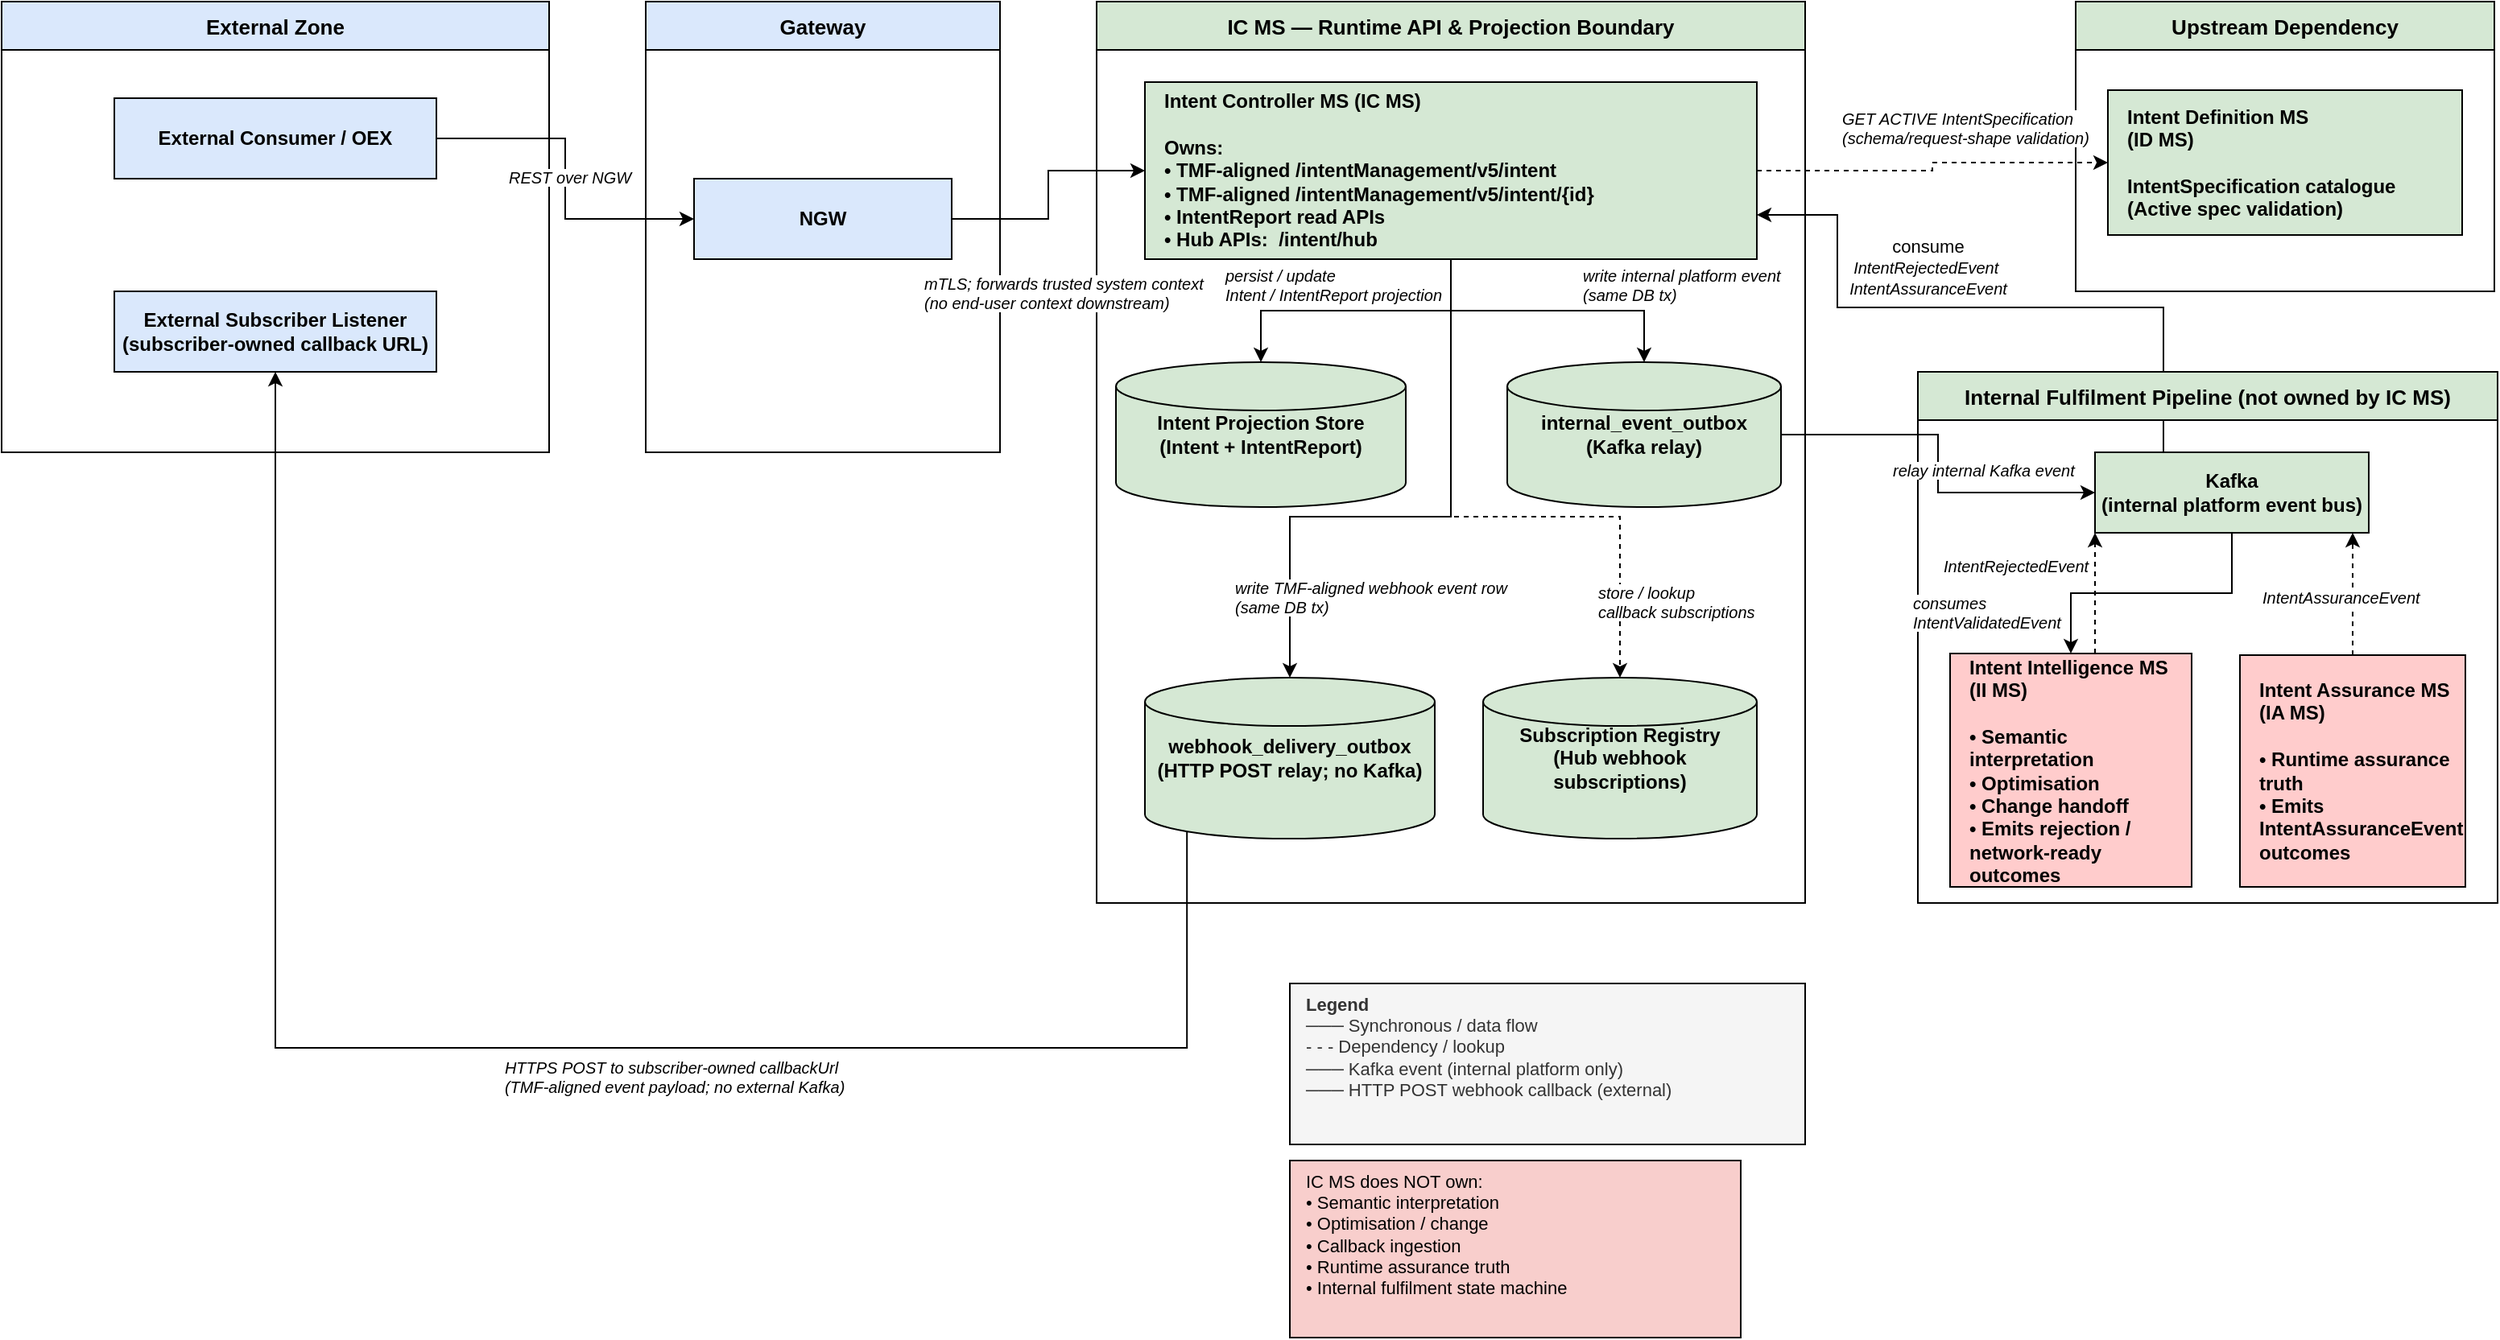
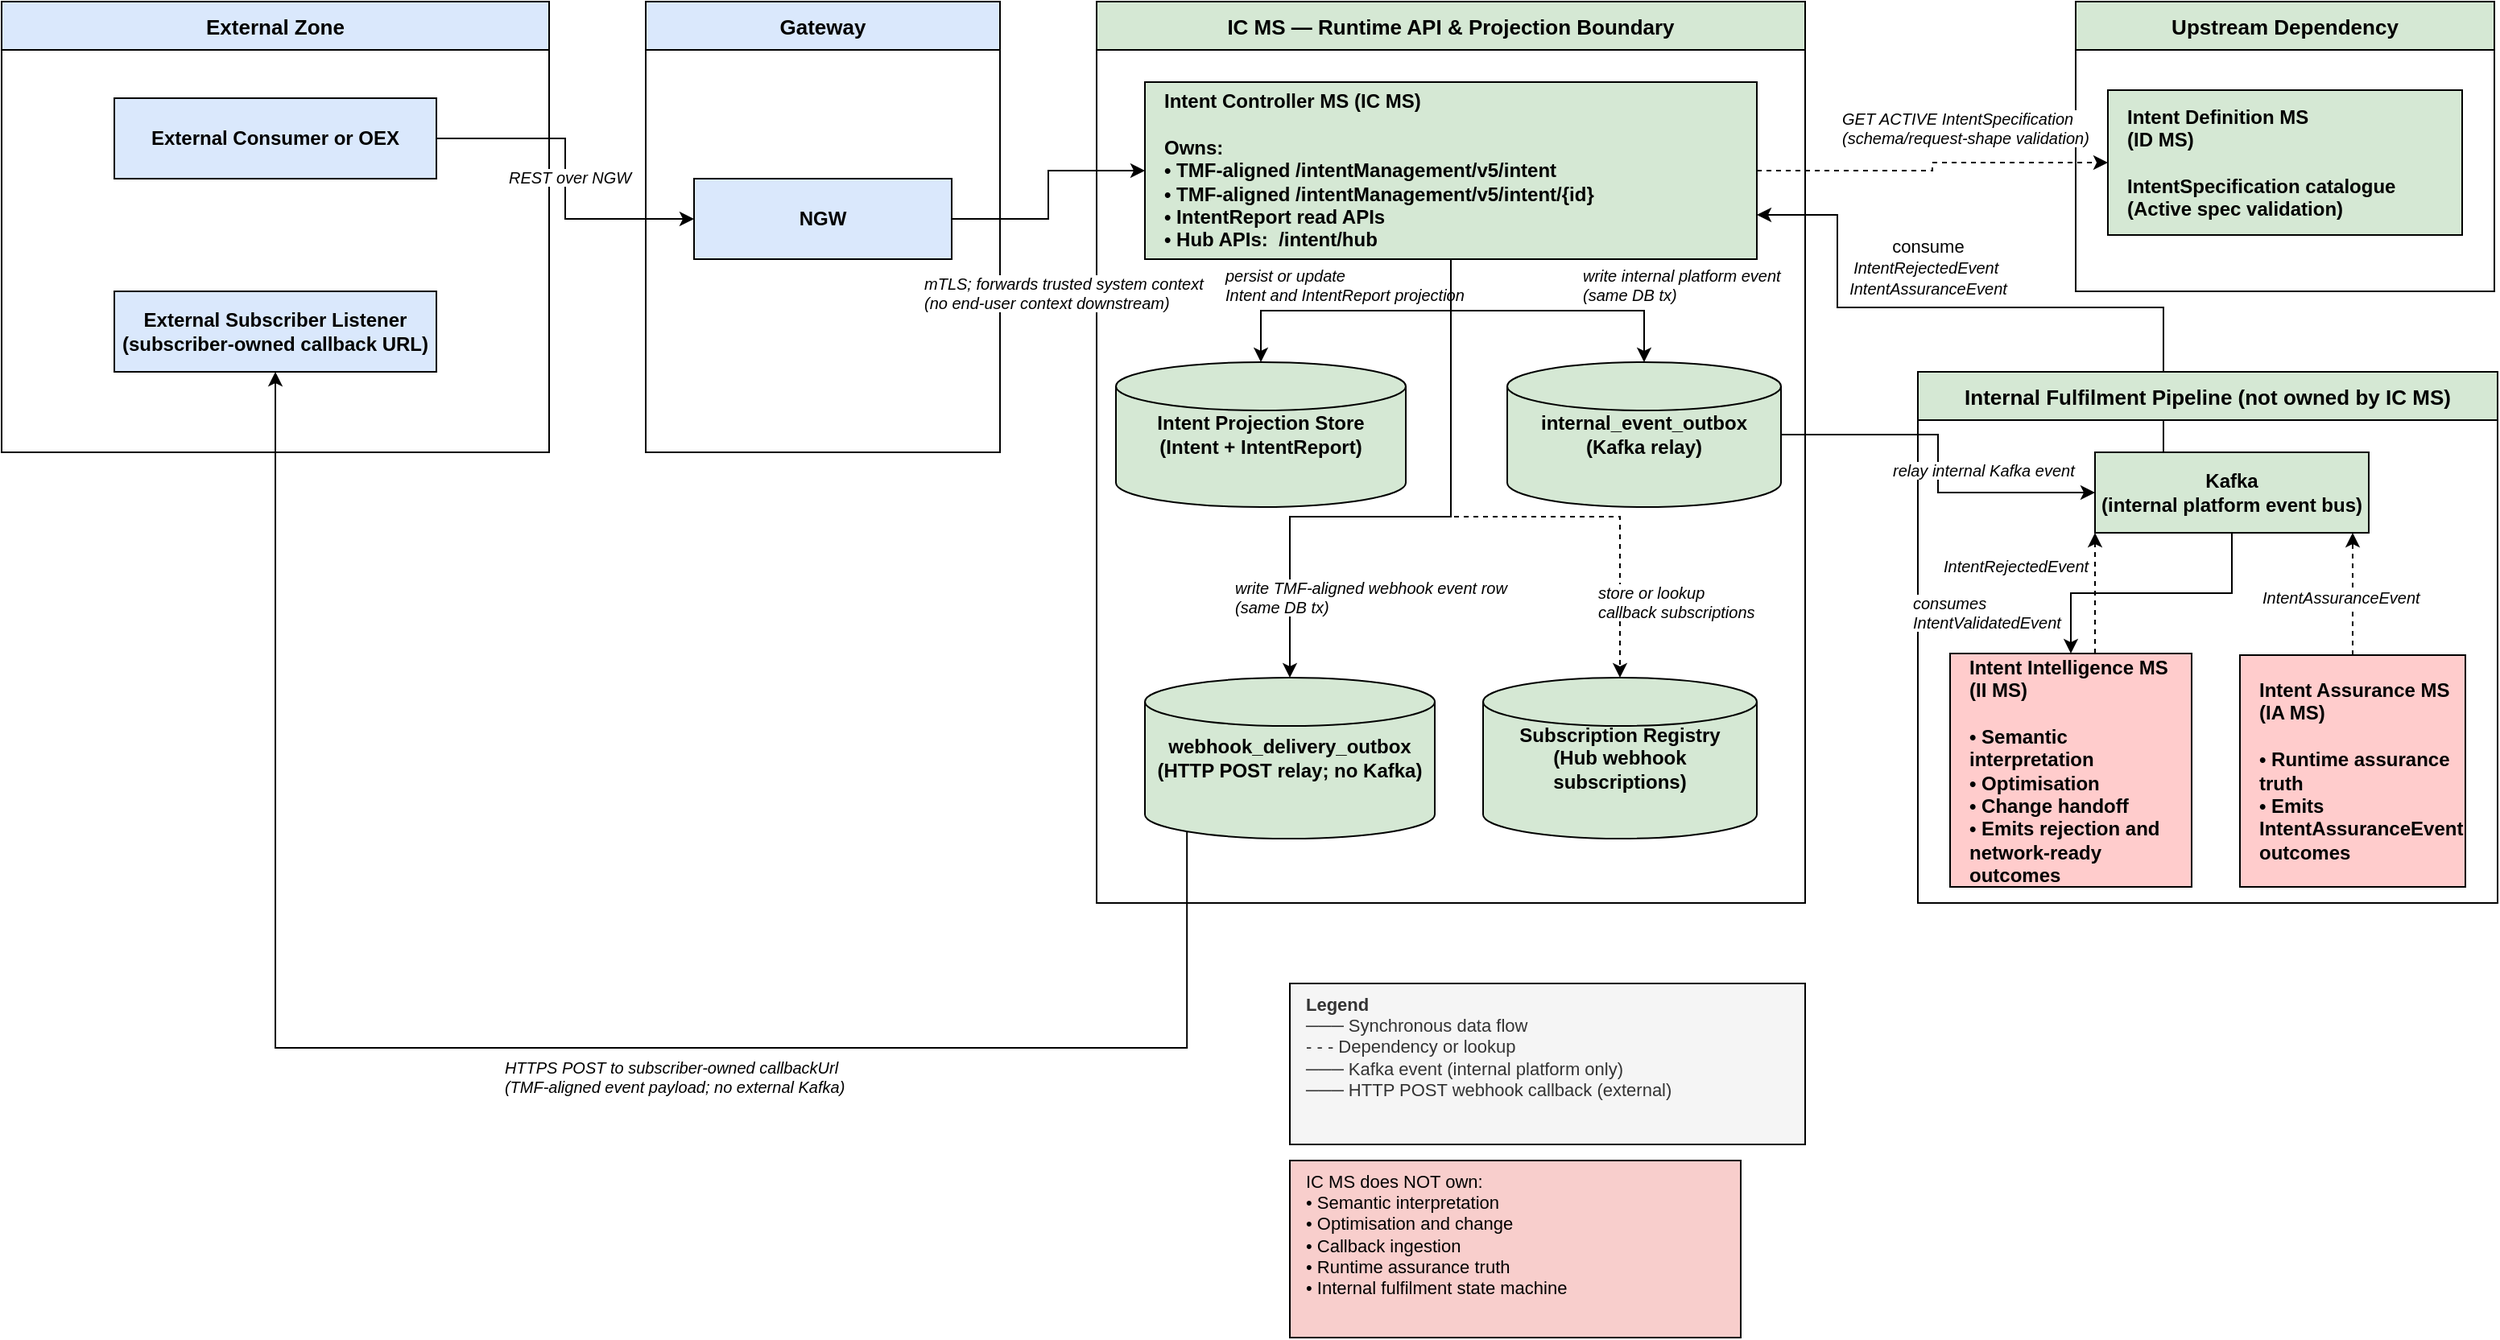
<mxfile host="65bd71144e">
    <diagram name="IC MS - Logical View" id="ic-ms-logical-view">
        <mxGraphModel dx="665" dy="639" grid="1" gridSize="10" guides="1" tooltips="1" connect="1" arrows="1" fold="1" page="1" pageScale="1" pageWidth="1654" pageHeight="1169" math="0" shadow="0" adaptiveColors="none">
            <root>
                <mxCell id="0"/>
                <mxCell id="1" parent="0"/>
                <mxCell id="zone_external" value="External Zone" style="swimlane;startSize=30;fillColor=#dae8fc;strokeColor=default;fontStyle=1;fontSize=13;horizontal=1;container=0;rounded=0;" parent="1" vertex="1">
                    <mxGeometry x="40" y="40" width="340" height="280" as="geometry"/>
                </mxCell>
                <mxCell id="zone_gateway" value="Gateway" style="swimlane;startSize=30;fillColor=#dae8fc;strokeColor=default;fontStyle=1;fontSize=13;horizontal=1;container=0;rounded=0;" parent="1" vertex="1">
                    <mxGeometry x="440" y="40" width="220" height="280" as="geometry"/>
                </mxCell>
                <mxCell id="zone_icms" value="IC MS — Runtime API &amp; Projection Boundary" style="swimlane;startSize=30;fillColor=#d5e8d4;strokeColor=default;fontStyle=1;fontSize=13;horizontal=1;container=0;rounded=0;" parent="1" vertex="1">
                    <mxGeometry x="720" y="40" width="440" height="560" as="geometry"/>
                </mxCell>
                <mxCell id="zone_idms" value="Upstream Dependency" style="swimlane;startSize=30;fillColor=#d5e8d4;strokeColor=default;fontStyle=1;fontSize=13;horizontal=1;container=0;rounded=0;" parent="1" vertex="1">
                    <mxGeometry x="1328" y="40" width="260" height="180" as="geometry"/>
                </mxCell>
                <mxCell id="0MlcjW0cjBZ2ITzH3IxV-1" style="edgeStyle=orthogonalEdgeStyle;rounded=0;orthogonalLoop=1;jettySize=auto;html=1;fillColor=#d5e8d4;strokeColor=default;exitX=0.25;exitY=0;exitDx=0;exitDy=0;entryX=1;entryY=0.75;entryDx=0;entryDy=0;" parent="1" source="kafka" target="icms_core" edge="1">
                    <mxGeometry relative="1" as="geometry">
                        <mxPoint x="1400" y="310" as="sourcePoint"/>
                        <mxPoint x="1130" y="230" as="targetPoint"/>
                        <Array as="points">
                            <mxPoint x="1383" y="230"/>
                            <mxPoint x="1180" y="230"/>
                            <mxPoint x="1180" y="173"/>
                        </Array>
                    </mxGeometry>
                </mxCell>
                <mxCell id="2" value="consume&lt;div&gt;&lt;span style=&quot;color: rgb(0, 0, 0); font-size: 10px; font-style: italic; text-align: left;&quot;&gt;IntentRejectedEvent&amp;nbsp;&lt;br&gt;&lt;span style=&quot;color: rgb(0, 0, 0);&quot;&gt;IntentAssuranceEvent&lt;/span&gt;&lt;/span&gt;&lt;/div&gt;" style="edgeLabel;html=1;align=center;verticalAlign=middle;resizable=0;points=[];rounded=0;" parent="0MlcjW0cjBZ2ITzH3IxV-1" vertex="1" connectable="0">
                    <mxGeometry x="0.4455" y="-1" relative="1" as="geometry">
                        <mxPoint x="52" y="-24" as="offset"/>
                    </mxGeometry>
                </mxCell>
                <mxCell id="zone_internal" value="Internal Fulfilment Pipeline (not owned by IC MS)" style="swimlane;startSize=30;fillColor=#d5e8d4;strokeColor=default;fontStyle=1;fontSize=13;horizontal=1;container=0;rounded=0;" parent="1" vertex="1">
                    <mxGeometry x="1230" y="270" width="360" height="330" as="geometry"/>
                </mxCell>
                <mxCell id="e1" style="edgeStyle=orthogonalEdgeStyle;rounded=0;" parent="1" source="ext_consumer" target="gateway" edge="1">
                    <mxGeometry relative="1" as="geometry"/>
                </mxCell>
                <mxCell id="e1_lbl" value="REST over NGW" style="edgeLabel;fontSize=10;fontStyle=2;container=0;rounded=0;" parent="e1" connectable="0" vertex="1">
                    <mxGeometry relative="0.5" as="geometry">
                        <mxPoint x="-37" y="-13" as="offset"/>
                    </mxGeometry>
                </mxCell>
                <mxCell id="e2" style="edgeStyle=orthogonalEdgeStyle;rounded=0;" parent="1" source="gateway" target="icms_core" edge="1">
                    <mxGeometry relative="1" as="geometry"/>
                </mxCell>
                <mxCell id="e2_lbl" value="mTLS; forwards trusted system context&#xa;(no end-user context downstream)" style="edgeLabel;fontSize=10;fontStyle=2;container=0;rounded=0;" parent="e2" connectable="0" vertex="1">
                    <mxGeometry relative="0.5" as="geometry">
                        <mxPoint x="-79" y="43" as="offset"/>
                    </mxGeometry>
                </mxCell>
                <mxCell id="e3" style="edgeStyle=orthogonalEdgeStyle;rounded=0;dashed=1;fillColor=#d5e8d4;strokeColor=default;" parent="1" source="icms_core" target="idms" edge="1">
                    <mxGeometry relative="1" as="geometry"/>
                </mxCell>
                <mxCell id="e3_lbl" value="GET ACTIVE IntentSpecification&#xa;(schema/request-shape validation)" style="edgeLabel;fontSize=10;fontStyle=2;container=0;rounded=0;" parent="e3" connectable="0" vertex="1">
                    <mxGeometry relative="0.5" as="geometry">
                        <mxPoint x="-58" y="-42" as="offset"/>
                    </mxGeometry>
                </mxCell>
                <mxCell id="e4" style="edgeStyle=orthogonalEdgeStyle;rounded=0;fillColor=#d5e8d4;strokeColor=default;" parent="1" source="icms_core" target="intent_store" edge="1">
                    <mxGeometry relative="1" as="geometry"/>
                </mxCell>
-                 <mxCell id="e4_lbl" value="persist / update&#xa;Intent / IntentReport projection" style="edgeLabel;fontSize=10;fontStyle=2;container=0;rounded=0;" parent="e4" connectable="0" vertex="1">
+                 <mxCell id="e4_lbl" value="persist or update&#xa;Intent and IntentReport projection" style="edgeLabel;fontSize=10;fontStyle=2;container=0;rounded=0;" parent="e4" connectable="0" vertex="1">
                    <mxGeometry relative="0.5" as="geometry">
                        <mxPoint x="-83" y="-34" as="offset"/>
                    </mxGeometry>
                </mxCell>
                <mxCell id="e5" style="edgeStyle=orthogonalEdgeStyle;rounded=0;fillColor=#d5e8d4;strokeColor=default;" parent="1" source="icms_core" target="int_outbox" edge="1">
                    <mxGeometry relative="1" as="geometry"/>
                </mxCell>
                <mxCell id="e5_lbl" value="write internal platform event&#xa;(same DB tx)" style="edgeLabel;fontSize=10;fontStyle=2;container=0;rounded=0;" parent="e5" connectable="0" vertex="1">
                    <mxGeometry relative="0.5" as="geometry">
                        <mxPoint x="20" y="-34" as="offset"/>
                    </mxGeometry>
                </mxCell>
                <mxCell id="e6" style="edgeStyle=orthogonalEdgeStyle;rounded=0;fillColor=#d5e8d4;strokeColor=default;" parent="1" source="int_outbox" target="kafka" edge="1">
                    <mxGeometry relative="1" as="geometry"/>
                </mxCell>
                <mxCell id="e6_lbl" value="relay internal Kafka event" style="edgeLabel;fontSize=10;fontStyle=2;container=0;rounded=0;" parent="e6" connectable="0" vertex="1">
                    <mxGeometry relative="0.5" as="geometry">
                        <mxPoint x="-30" y="-8" as="offset"/>
                    </mxGeometry>
                </mxCell>
                <mxCell id="e7" style="edgeStyle=orthogonalEdgeStyle;rounded=0;fillColor=#d5e8d4;strokeColor=default;" parent="1" source="kafka" target="iims" edge="1">
                    <mxGeometry relative="1" as="geometry"/>
                </mxCell>
                <mxCell id="e7_lbl" value="consumes&#xa;IntentValidatedEvent" style="edgeLabel;fontSize=10;fontStyle=2;container=0;rounded=0;" parent="e7" connectable="0" vertex="1">
                    <mxGeometry relative="0.5" as="geometry">
                        <mxPoint x="-150" y="-6" as="offset"/>
                    </mxGeometry>
                </mxCell>
                <mxCell id="e8" style="edgeStyle=orthogonalEdgeStyle;rounded=0;dashed=1;fillColor=#d5e8d4;strokeColor=default;" parent="1" source="iims" target="kafka" edge="1">
                    <mxGeometry relative="1" as="geometry">
                        <Array as="points">
                            <mxPoint x="1310" y="490"/>
                            <mxPoint x="1380" y="490"/>
                            <mxPoint x="1380" y="360"/>
                        </Array>
                    </mxGeometry>
                </mxCell>
                <mxCell id="e8_lbl" value="IntentRejectedEvent " style="edgeLabel;fontSize=10;fontStyle=2;container=0;rounded=0;" parent="e8" connectable="0" vertex="1">
                    <mxGeometry relative="0.5" as="geometry">
                        <mxPoint x="-96" y="-29" as="offset"/>
                    </mxGeometry>
                </mxCell>
                <mxCell id="e9" style="edgeStyle=orthogonalEdgeStyle;rounded=0;dashed=1;fillColor=#d5e8d4;strokeColor=default;" parent="1" source="iams" target="kafka" edge="1">
                    <mxGeometry relative="1" as="geometry">
                        <Array as="points">
                            <mxPoint x="1450" y="490"/>
                            <mxPoint x="1450" y="360"/>
                        </Array>
                    </mxGeometry>
                </mxCell>
                <mxCell id="e9_lbl" value="IntentAssuranceEvent" style="edgeLabel;fontSize=10;fontStyle=2;container=0;rounded=0;" parent="e9" connectable="0" vertex="1">
                    <mxGeometry relative="0.5" as="geometry">
                        <mxPoint x="-58" y="-10" as="offset"/>
                    </mxGeometry>
                </mxCell>
                <mxCell id="e11" style="edgeStyle=orthogonalEdgeStyle;rounded=0;fillColor=#d5e8d4;strokeColor=default;" parent="1" source="icms_core" target="webhook_outbox" edge="1">
                    <mxGeometry relative="1" as="geometry">
                        <Array as="points">
                            <mxPoint x="940" y="360"/>
                            <mxPoint x="840" y="360"/>
                        </Array>
                    </mxGeometry>
                </mxCell>
                <mxCell id="e11_lbl" value="write TMF-aligned webhook event row&#xa;(same DB tx)" style="edgeLabel;fontSize=10;fontStyle=2;container=0;rounded=0;" parent="e11" connectable="0" vertex="1">
                    <mxGeometry relative="0.5" as="geometry">
                        <mxPoint x="-116" y="32" as="offset"/>
                    </mxGeometry>
                </mxCell>
                <mxCell id="e12" style="edgeStyle=orthogonalEdgeStyle;rounded=0;strokeColor=default;exitX=0.145;exitY=1;exitDx=0;exitDy=-4.35;exitPerimeter=0;" parent="1" source="webhook_outbox" target="ext_subscriber" edge="1">
                    <mxGeometry relative="1" as="geometry">
                        <Array as="points">
                            <mxPoint x="776" y="690"/>
                            <mxPoint x="210" y="690"/>
                        </Array>
                    </mxGeometry>
                </mxCell>
                <mxCell id="e12_lbl" value="HTTPS POST to subscriber-owned callbackUrl&#xa;(TMF-aligned event payload; no external Kafka)" style="edgeLabel;fontSize=10;fontStyle=2;container=0;rounded=0;" parent="e12" connectable="0" vertex="1">
                    <mxGeometry relative="0.5" as="geometry"/>
                </mxCell>
                <mxCell id="e13" style="edgeStyle=orthogonalEdgeStyle;rounded=0;dashed=1;fillColor=#d5e8d4;strokeColor=default;" parent="1" source="icms_core" target="sub_registry" edge="1">
                    <mxGeometry relative="1" as="geometry">
                        <Array as="points">
                            <mxPoint x="940" y="360"/>
                            <mxPoint x="1045" y="360"/>
                        </Array>
                    </mxGeometry>
                </mxCell>
-                 <mxCell id="e13_lbl" value="store / lookup&#xa;callback subscriptions" style="edgeLabel;fontSize=10;fontStyle=2;container=0;rounded=0;" parent="e13" connectable="0" vertex="1">
+                 <mxCell id="e13_lbl" value="store or lookup&#xa;callback subscriptions" style="edgeLabel;fontSize=10;fontStyle=2;container=0;rounded=0;" parent="e13" connectable="0" vertex="1">
                    <mxGeometry relative="0.5" as="geometry">
                        <mxPoint x="67" y="35" as="offset"/>
                    </mxGeometry>
                </mxCell>
-                 <mxCell id="legend" value="&lt;b&gt;Legend&lt;/b&gt;&#xa;─── Synchronous / data flow&#xa;- - - Dependency / lookup&#xa;─── Kafka event (internal platform only)&#xa;─── HTTP POST webhook callback (external)" style="text;html=1;strokeColor=default;fillColor=#f5f5f5;align=left;verticalAlign=top;spacingLeft=8;fontSize=11;fontColor=#333333;container=0;rounded=0;" parent="1" vertex="1">
+                 <mxCell id="legend" value="&lt;b&gt;Legend&lt;/b&gt;&#xa;─── Synchronous data flow&#xa;- - - Dependency or lookup&#xa;─── Kafka event (internal platform only)&#xa;─── HTTP POST webhook callback (external)" style="text;html=1;strokeColor=default;fillColor=#f5f5f5;align=left;verticalAlign=top;spacingLeft=8;fontSize=11;fontColor=#333333;container=0;rounded=0;" parent="1" vertex="1">
                    <mxGeometry x="840" y="650" width="320" height="100" as="geometry"/>
                </mxCell>
-                 <mxCell id="not_owned_note" value="IC MS does NOT own:&#xa;• Semantic interpretation&#xa;• Optimisation / change&#xa;• Callback ingestion&#xa;• Runtime assurance truth&#xa;• Internal fulfilment state machine" style="text;html=1;strokeColor=default;fillColor=#f8cecc;align=left;verticalAlign=top;spacingLeft=8;fontSize=11;container=0;rounded=0;" parent="1" vertex="1">
+                 <mxCell id="not_owned_note" value="IC MS does NOT own:&#xa;• Semantic interpretation&#xa;• Optimisation and change&#xa;• Callback ingestion&#xa;• Runtime assurance truth&#xa;• Internal fulfilment state machine" style="text;html=1;strokeColor=default;fillColor=#f8cecc;align=left;verticalAlign=top;spacingLeft=8;fontSize=11;container=0;rounded=0;" parent="1" vertex="1">
                    <mxGeometry x="840" y="760" width="280" height="110" as="geometry"/>
                </mxCell>
-                 <mxCell id="ext_consumer" value="External Consumer / OEX" style="rounded=0;whiteSpace=wrap;html=1;fillColor=#dae8fc;strokeColor=default;fontStyle=1;fontSize=12;container=0;" parent="1" vertex="1">
+                 <mxCell id="ext_consumer" value="External Consumer or OEX" style="rounded=0;whiteSpace=wrap;html=1;fillColor=#dae8fc;strokeColor=default;fontStyle=1;fontSize=12;container=0;" parent="1" vertex="1">
                    <mxGeometry x="110" y="100" width="200" height="50" as="geometry"/>
                </mxCell>
                <mxCell id="ext_subscriber" value="External Subscriber Listener&#xa;(subscriber-owned callback URL)" style="rounded=0;whiteSpace=wrap;html=1;fillColor=#dae8fc;strokeColor=default;fontStyle=1;fontSize=12;container=0;" parent="1" vertex="1">
                    <mxGeometry x="110" y="220" width="200" height="50" as="geometry"/>
                </mxCell>
                <mxCell id="gateway" value="NGW" style="rounded=0;whiteSpace=wrap;html=1;fillColor=#dae8fc;strokeColor=default;fontStyle=1;fontSize=12;container=0;" parent="1" vertex="1">
                    <mxGeometry x="470" y="150" width="160" height="50" as="geometry"/>
                </mxCell>
                <mxCell id="icms_core" value="Intent Controller MS (IC MS)&lt;br&gt;&lt;br&gt;Owns:&lt;br&gt;• TMF-aligned /intentManagement/v5/intent&lt;br&gt;• TMF-aligned /intentManagement/v5/intent/{id}&lt;br&gt;• IntentReport read APIs&lt;br&gt;• Hub APIs:&amp;nbsp; /intent/hub" style="rounded=0;whiteSpace=wrap;html=1;fillColor=#d5e8d4;strokeColor=default;fontStyle=1;fontSize=12;align=left;spacingLeft=10;container=0;" parent="1" vertex="1">
                    <mxGeometry x="750" y="90" width="380" height="110" as="geometry"/>
                </mxCell>
                <mxCell id="intent_store" value="Intent Projection Store&#xa;(Intent + IntentReport)" style="shape=cylinder3;whiteSpace=wrap;html=1;fillColor=#d5e8d4;strokeColor=default;fontStyle=1;fontSize=12;container=0;rounded=0;" parent="1" vertex="1">
                    <mxGeometry x="732" y="264" width="180" height="90" as="geometry"/>
                </mxCell>
                <mxCell id="int_outbox" value="internal_event_outbox&#xa;(Kafka relay)" style="shape=cylinder3;whiteSpace=wrap;html=1;fillColor=#d5e8d4;strokeColor=default;fontStyle=1;fontSize=12;container=0;rounded=0;" parent="1" vertex="1">
                    <mxGeometry x="975" y="264" width="170" height="90" as="geometry"/>
                </mxCell>
                <mxCell id="webhook_outbox" value="webhook_delivery_outbox&#xa;(HTTP POST relay; no Kafka)" style="shape=cylinder3;whiteSpace=wrap;html=1;fillColor=#d5e8d4;strokeColor=default;fontStyle=1;fontSize=12;container=0;rounded=0;" parent="1" vertex="1">
                    <mxGeometry x="750" y="460" width="180" height="100" as="geometry"/>
                </mxCell>
                <mxCell id="sub_registry" value="Subscription Registry&#xa;(Hub webhook subscriptions)" style="shape=cylinder3;whiteSpace=wrap;html=1;fillColor=#d5e8d4;strokeColor=default;fontStyle=1;fontSize=12;container=0;rounded=0;" parent="1" vertex="1">
                    <mxGeometry x="960" y="460" width="170" height="100" as="geometry"/>
                </mxCell>
                <mxCell id="idms" value="Intent Definition MS&#xa;(ID MS)&#xa;&#xa;IntentSpecification catalogue&#xa;(Active spec validation)" style="rounded=0;whiteSpace=wrap;html=1;fillColor=#d5e8d4;strokeColor=default;fontStyle=1;fontSize=12;align=left;spacingLeft=10;container=0;" parent="1" vertex="1">
                    <mxGeometry x="1348" y="95" width="220" height="90" as="geometry"/>
                </mxCell>
                <mxCell id="kafka" value="Kafka&#xa;(internal platform event bus)" style="rounded=0;whiteSpace=wrap;html=1;fillColor=#d5e8d4;strokeColor=default;fontStyle=1;fontSize=12;container=0;" parent="1" vertex="1">
                    <mxGeometry x="1340" y="320" width="170" height="50" as="geometry"/>
                </mxCell>
-                 <mxCell id="iims" value="Intent Intelligence MS&lt;br&gt;(II MS)&lt;br&gt;&lt;br&gt;• Semantic interpretation&lt;br&gt;• Optimisation&lt;br&gt;• Change handoff&lt;br&gt;• Emits rejection / network-ready outcomes" style="rounded=0;whiteSpace=wrap;html=1;fillColor=#ffcccc;strokeColor=default;fontStyle=1;fontSize=12;align=left;spacingLeft=10;container=0;" parent="1" vertex="1">
+                 <mxCell id="iims" value="Intent Intelligence MS&lt;br&gt;(II MS)&lt;br&gt;&lt;br&gt;• Semantic interpretation&lt;br&gt;• Optimisation&lt;br&gt;• Change handoff&lt;br&gt;• Emits rejection and network-ready outcomes" style="rounded=0;whiteSpace=wrap;html=1;fillColor=#ffcccc;strokeColor=default;fontStyle=1;fontSize=12;align=left;spacingLeft=10;container=0;" parent="1" vertex="1">
                    <mxGeometry x="1250" y="445" width="150" height="145" as="geometry"/>
                </mxCell>
                <mxCell id="iams" value="Intent Assurance MS&#xa;(IA MS)&#xa;&#xa;• Runtime assurance truth&#xa;• Emits IntentAssuranceEvent outcomes" style="rounded=0;whiteSpace=wrap;html=1;fillColor=#ffcccc;strokeColor=default;fontStyle=1;fontSize=12;align=left;spacingLeft=10;container=0;" parent="1" vertex="1">
                    <mxGeometry x="1430" y="446" width="140" height="144" as="geometry"/>
                </mxCell>
            </root>
        </mxGraphModel>
    </diagram>
</mxfile>